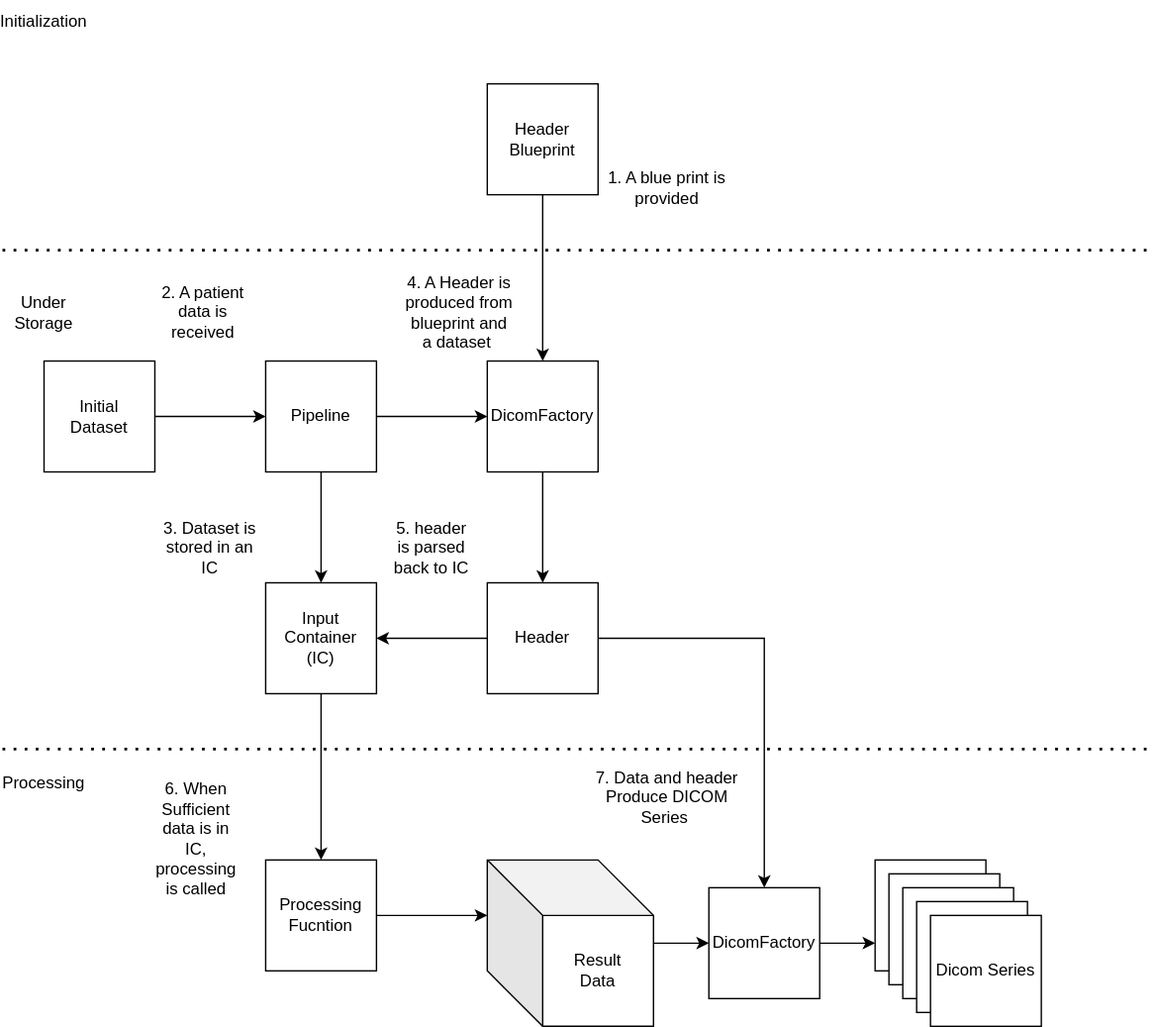
Earlier version of the draw.io export tutorials/Images/Dataflow.drawio.svg (Rigshospitalet-KFNM/DicomNode). Source tidied: cells renumbered, new cells last; positions are measured from the earlier drawing's top-left corner, leaving out a move shared by most shapes.
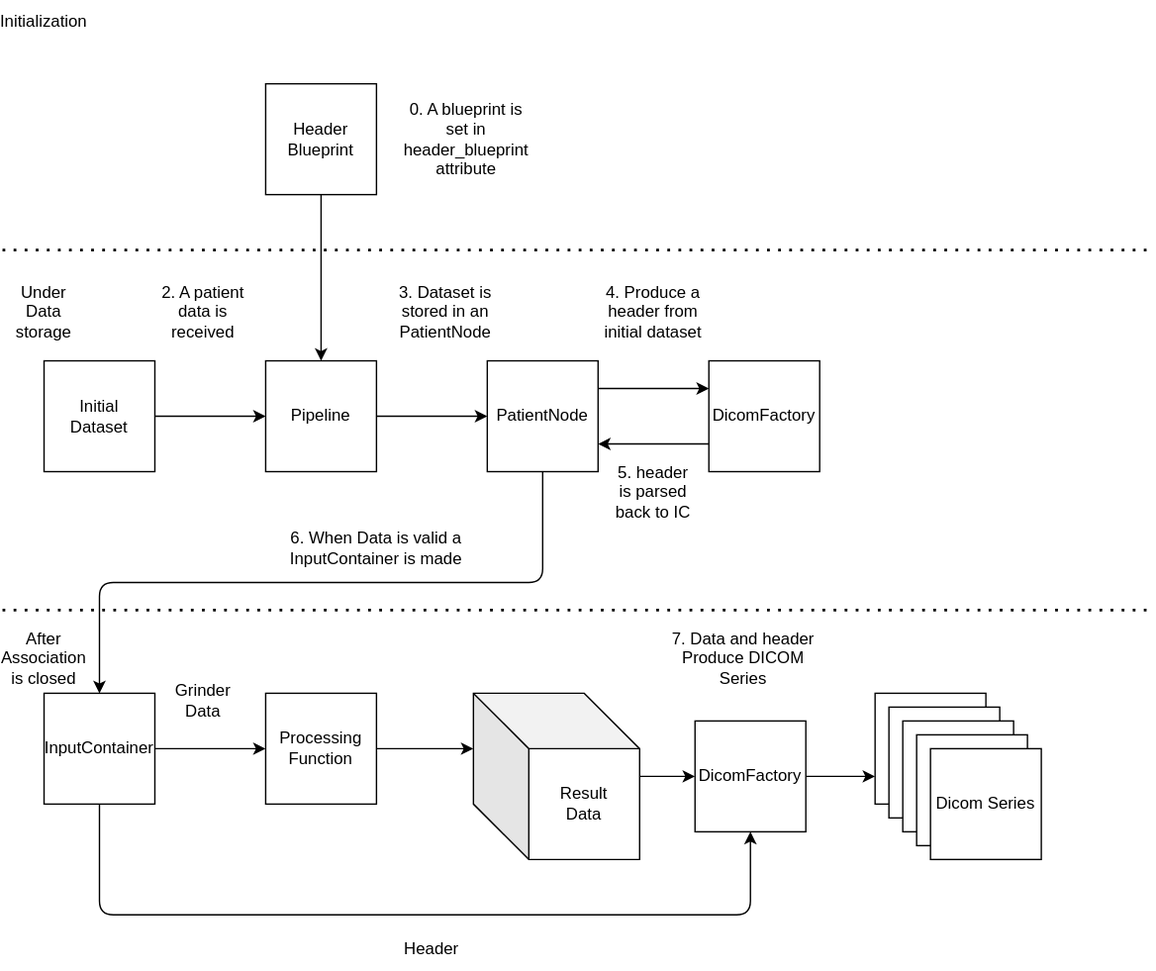
The same diagram one commit later.

What changed in the source:
```diff
@@ -14,110 +14,126 @@
     <mxCell id="4" value="Initial&lt;br&gt;Dataset" style="whiteSpace=wrap;html=1;" parent="1" vertex="1">
       <mxGeometry x="30" y="260" width="80" height="80" as="geometry" />
     </mxCell>
-    <mxCell id="5" value="Under Storage" style="text;html=1;strokeColor=none;fillColor=none;align=center;verticalAlign=middle;whiteSpace=wrap;rounded=0;" parent="1" vertex="1">
+    <mxCell id="5" value="Under Data storage" style="text;html=1;strokeColor=none;fillColor=none;align=center;verticalAlign=middle;whiteSpace=wrap;rounded=0;" parent="1" vertex="1">
       <mxGeometry y="210" width="60" height="30" as="geometry" />
     </mxCell>
     <mxCell id="6" style="edgeStyle=orthogonalEdgeStyle;rounded=0;jettySize=auto;html=1;" parent="1" edge="1" source="8" target="13">
       <mxGeometry relative="1" as="geometry" />
     </mxCell>
-    <mxCell id="7" style="edgeStyle=orthogonalEdgeStyle;rounded=0;jettySize=auto;html=1;exitX=1;exitY=0.5;exitDx=0;exitDy=0;entryX=0;entryY=0.5;entryDx=0;entryDy=0;" parent="1" edge="1" source="8" target="29">
-      <mxGeometry relative="1" as="geometry" />
-    </mxCell>
     <mxCell id="8" value="Pipeline" style="whiteSpace=wrap;html=1;" parent="1" vertex="1">
       <mxGeometry x="190" y="260" width="80" height="80" as="geometry" />
     </mxCell>
-    <mxCell id="9" style="edgeStyle=orthogonalEdgeStyle;rounded=0;jettySize=auto;html=1;exitX=1;exitY=0.5;exitDx=0;exitDy=0;entryX=0.5;entryY=0;entryDx=0;entryDy=0;" parent="1" edge="1" source="11" target="22">
-      <mxGeometry relative="1" as="geometry" />
-    </mxCell>
-    <mxCell id="10" style="edgeStyle=orthogonalEdgeStyle;rounded=0;jettySize=auto;html=1;exitX=0;exitY=0.5;exitDx=0;exitDy=0;entryX=1;entryY=0.5;entryDx=0;entryDy=0;" parent="1" edge="1" source="11" target="13">
-      <mxGeometry relative="1" as="geometry" />
-    </mxCell>
-    <mxCell id="11" value="Header" style="whiteSpace=wrap;html=1;" parent="1" vertex="1">
-      <mxGeometry x="350" y="420" width="80" height="80" as="geometry" />
-    </mxCell>
-    <mxCell id="12" style="edgeStyle=orthogonalEdgeStyle;rounded=0;jettySize=auto;html=1;exitX=0.5;exitY=1;exitDx=0;exitDy=0;entryX=0.5;entryY=0;entryDx=0;entryDy=0;" parent="1" edge="1" source="13" target="31">
-      <mxGeometry relative="1" as="geometry" />
-    </mxCell>
+    <mxCell id="39" style="edgeStyle=none;html=1;exitX=1;exitY=0.25;exitDx=0;exitDy=0;entryX=0;entryY=0.25;entryDx=0;entryDy=0;" parent="1" edge="1" source="13" target="29">
+      <mxGeometry relative="1" as="geometry" />
+    </mxCell>
+    <mxCell id="40" style="edgeStyle=orthogonalEdgeStyle;html=1;exitX=0.5;exitY=1;exitDx=0;exitDy=0;entryX=0.5;entryY=0;entryDx=0;entryDy=0;" parent="1" edge="1" source="13" target="45">
+      <mxGeometry relative="1" as="geometry">
+        <Array as="points">
+          <mxPoint x="390" y="420" />
+          <mxPoint x="70" y="420" />
+        </Array>
+      </mxGeometry>
+    </mxCell>
-    <mxCell id="13" value="Input Container&lt;br&gt;(IC)" style="whiteSpace=wrap;html=1;" parent="1" vertex="1">
-      <mxGeometry x="190" y="420" width="80" height="80" as="geometry" />
+    <mxCell id="13" value="PatientNode" style="whiteSpace=wrap;html=1;" parent="1" vertex="1">
+      <mxGeometry x="350" y="260" width="80" height="80" as="geometry" />
     </mxCell>
-    <mxCell id="14" style="edgeStyle=orthogonalEdgeStyle;rounded=0;jettySize=auto;html=1;exitX=0.5;exitY=1;exitDx=0;exitDy=0;entryX=0.5;entryY=0;entryDx=0;entryDy=0;" parent="1" edge="1" source="15" target="29">
+    <mxCell id="14" style="edgeStyle=orthogonalEdgeStyle;rounded=0;jettySize=auto;html=1;exitX=0.5;exitY=1;exitDx=0;exitDy=0;entryX=0.5;entryY=0;entryDx=0;entryDy=0;" parent="1" edge="1" source="15" target="8">
       <mxGeometry relative="1" as="geometry" />
     </mxCell>
     <mxCell id="15" value="Header Blueprint" style="whiteSpace=wrap;html=1;" parent="1" vertex="1">
-      <mxGeometry x="350" y="60" width="80" height="80" as="geometry" />
+      <mxGeometry x="190" y="60" width="80" height="80" as="geometry" />
     </mxCell>
     <mxCell id="16" value="Initialization" style="text;html=1;strokeColor=none;fillColor=none;align=center;verticalAlign=middle;whiteSpace=wrap;rounded=0;" parent="1" vertex="1">
       <mxGeometry width="60" height="30" as="geometry" />
     </mxCell>
     <mxCell id="17" style="endArrow=none;dashed=1;html=1;dashPattern=1 3;strokeWidth=2;rounded=0;" parent="1" edge="1">
       <mxGeometry relative="1" as="geometry">
-        <mxPoint y="540" as="sourcePoint" />
-        <mxPoint x="830" y="540" as="targetPoint" />
+        <mxPoint y="440" as="sourcePoint" />
+        <mxPoint x="830" y="440" as="targetPoint" />
       </mxGeometry>
     </mxCell>
-    <mxCell id="18" value="Processing" style="text;html=1;strokeColor=none;fillColor=none;align=center;verticalAlign=middle;whiteSpace=wrap;rounded=0;" parent="1" vertex="1">
-      <mxGeometry y="550" width="60" height="30" as="geometry" />
+    <mxCell id="18" value="After Association is closed" style="text;html=1;strokeColor=none;fillColor=none;align=center;verticalAlign=middle;whiteSpace=wrap;rounded=0;" parent="1" vertex="1">
+      <mxGeometry y="460" width="60" height="30" as="geometry" />
     </mxCell>
     <mxCell id="19" style="edgeStyle=orthogonalEdgeStyle;rounded=0;jettySize=auto;html=1;entryX=0;entryY=0.5;entryDx=0;entryDy=0;" parent="1" edge="1" source="20" target="22">
       <mxGeometry relative="1" as="geometry" />
     </mxCell>
     <mxCell id="20" value="Result&lt;br&gt;Data" style="shape=cube;whiteSpace=wrap;html=1;boundedLbl=1;backgroundOutline=1;darkOpacity=0.05;darkOpacity2=0.1;size=40;" parent="1" vertex="1">
-      <mxGeometry x="350" y="620" width="120" height="120" as="geometry" />
+      <mxGeometry x="340" y="500" width="120" height="120" as="geometry" />
     </mxCell>
     <mxCell id="21" style="edgeStyle=orthogonalEdgeStyle;rounded=0;jettySize=auto;html=1;exitX=1;exitY=0.5;exitDx=0;exitDy=0;entryX=0;entryY=0.75;entryDx=0;entryDy=0;" parent="1" edge="1" source="22" target="23">
       <mxGeometry relative="1" as="geometry" />
     </mxCell>
     <mxCell id="22" value="DicomFactory" style="whiteSpace=wrap;html=1;" parent="1" vertex="1">
-      <mxGeometry x="510" y="640" width="80" height="80" as="geometry" />
+      <mxGeometry x="500" y="520" width="80" height="80" as="geometry" />
     </mxCell>
     <mxCell id="23" style="whiteSpace=wrap;html=1;" parent="1" vertex="1">
-      <mxGeometry x="630" y="620" width="80" height="80" as="geometry" />
+      <mxGeometry x="630" y="500" width="80" height="80" as="geometry" />
     </mxCell>
     <mxCell id="24" style="whiteSpace=wrap;html=1;" parent="1" vertex="1">
-      <mxGeometry x="640" y="630" width="80" height="80" as="geometry" />
+      <mxGeometry x="640" y="510" width="80" height="80" as="geometry" />
     </mxCell>
     <mxCell id="25" style="whiteSpace=wrap;html=1;" parent="1" vertex="1">
-      <mxGeometry x="650" y="640" width="80" height="80" as="geometry" />
+      <mxGeometry x="650" y="520" width="80" height="80" as="geometry" />
     </mxCell>
     <mxCell id="26" style="whiteSpace=wrap;html=1;" parent="1" vertex="1">
-      <mxGeometry x="660" y="650" width="80" height="80" as="geometry" />
+      <mxGeometry x="660" y="530" width="80" height="80" as="geometry" />
     </mxCell>
     <mxCell id="27" value="Dicom Series" style="whiteSpace=wrap;html=1;" parent="1" vertex="1">
-      <mxGeometry x="670" y="660" width="80" height="80" as="geometry" />
+      <mxGeometry x="670" y="540" width="80" height="80" as="geometry" />
     </mxCell>
-    <mxCell id="28" style="edgeStyle=orthogonalEdgeStyle;rounded=0;jettySize=auto;html=1;exitX=0.5;exitY=1;exitDx=0;exitDy=0;entryX=0.5;entryY=0;entryDx=0;entryDy=0;" parent="1" edge="1" source="29" target="11">
-      <mxGeometry relative="1" as="geometry" />
-    </mxCell>
+    <mxCell id="41" style="edgeStyle=orthogonalEdgeStyle;html=1;exitX=0;exitY=0.75;exitDx=0;exitDy=0;entryX=1;entryY=0.75;entryDx=0;entryDy=0;" parent="1" edge="1" source="29" target="13">
+      <mxGeometry relative="1" as="geometry" />
+    </mxCell>
     <mxCell id="29" value="DicomFactory" style="whiteSpace=wrap;html=1;" parent="1" vertex="1">
-      <mxGeometry x="350" y="260" width="80" height="80" as="geometry" />
+      <mxGeometry x="510" y="260" width="80" height="80" as="geometry" />
     </mxCell>
     <mxCell id="30" style="edgeStyle=orthogonalEdgeStyle;rounded=0;jettySize=auto;html=1;exitX=1;exitY=0.5;exitDx=0;exitDy=0;entryX=0;entryY=0;entryDx=0;entryDy=40;entryPerimeter=0;" parent="1" edge="1" source="31" target="20">
       <mxGeometry relative="1" as="geometry" />
     </mxCell>
-    <mxCell id="31" value="Processing&lt;br&gt;Fucntion" style="whiteSpace=wrap;html=1;" parent="1" vertex="1">
-      <mxGeometry x="190" y="620" width="80" height="80" as="geometry" />
+    <mxCell id="31" value="Processing&lt;br&gt;Function" style="whiteSpace=wrap;html=1;" parent="1" vertex="1">
+      <mxGeometry x="190" y="500" width="80" height="80" as="geometry" />
     </mxCell>
-    <mxCell id="32" value="1. A blue print is provided" style="text;html=1;strokeColor=none;fillColor=none;align=center;verticalAlign=middle;whiteSpace=wrap;rounded=0;" parent="1" vertex="1">
-      <mxGeometry x="435" y="120" width="90" height="30" as="geometry" />
+    <mxCell id="32" value="0. A blueprint is set in header_blueprint attribute" style="text;html=1;strokeColor=none;fillColor=none;align=center;verticalAlign=middle;whiteSpace=wrap;rounded=0;" parent="1" vertex="1">
+      <mxGeometry x="290" y="85" width="90" height="30" as="geometry" />
     </mxCell>
     <mxCell id="33" value="2. A patient data is received" style="text;html=1;strokeColor=none;fillColor=none;align=center;verticalAlign=middle;whiteSpace=wrap;rounded=0;" parent="1" vertex="1">
       <mxGeometry x="110" y="210" width="70" height="30" as="geometry" />
     </mxCell>
-    <mxCell id="34" value="3. Dataset is stored in an IC" style="text;html=1;strokeColor=none;fillColor=none;align=center;verticalAlign=middle;whiteSpace=wrap;rounded=0;" parent="1" vertex="1">
-      <mxGeometry x="110" y="380" width="80" height="30" as="geometry" />
+    <mxCell id="34" value="3. Dataset is stored in an PatientNode" style="text;html=1;strokeColor=none;fillColor=none;align=center;verticalAlign=middle;whiteSpace=wrap;rounded=0;" parent="1" vertex="1">
+      <mxGeometry x="280" y="210" width="80" height="30" as="geometry" />
     </mxCell>
-    <mxCell id="35" value="4. A Header is produced from blueprint and a dataset&amp;nbsp;" style="text;html=1;strokeColor=none;fillColor=none;align=center;verticalAlign=middle;whiteSpace=wrap;rounded=0;" parent="1" vertex="1">
-      <mxGeometry x="290" y="210" width="80" height="30" as="geometry" />
-    </mxCell>
     <mxCell id="36" value="5. header is parsed back to IC" style="text;html=1;strokeColor=none;fillColor=none;align=center;verticalAlign=middle;whiteSpace=wrap;rounded=0;" parent="1" vertex="1">
-      <mxGeometry x="280" y="380" width="60" height="30" as="geometry" />
+      <mxGeometry x="440" y="340" width="60" height="30" as="geometry" />
     </mxCell>
-    <mxCell id="37" value="6. When Sufficient data is in IC, processing is called" style="text;html=1;strokeColor=none;fillColor=none;align=center;verticalAlign=middle;whiteSpace=wrap;rounded=0;" parent="1" vertex="1">
-      <mxGeometry x="110" y="590" width="60" height="30" as="geometry" />
-    </mxCell>
     <mxCell id="38" value="7. Data and header Produce DICOM Series&amp;nbsp;" style="text;html=1;strokeColor=none;fillColor=none;align=center;verticalAlign=middle;whiteSpace=wrap;rounded=0;" parent="1" vertex="1">
-      <mxGeometry x="425" y="560" width="110" height="30" as="geometry" />
+      <mxGeometry x="480" y="460" width="110" height="30" as="geometry" />
     </mxCell>
+    <mxCell id="42" value="4. Produce a header from initial dataset" style="text;html=1;strokeColor=none;fillColor=none;align=center;verticalAlign=middle;whiteSpace=wrap;rounded=0;" parent="1" vertex="1">
+      <mxGeometry x="430" y="210" width="80" height="30" as="geometry" />
+    </mxCell>
+    <mxCell id="43" style="edgeStyle=orthogonalEdgeStyle;html=1;exitX=1;exitY=0.5;exitDx=0;exitDy=0;entryX=0;entryY=0.5;entryDx=0;entryDy=0;" parent="1" edge="1" source="45" target="31">
+      <mxGeometry relative="1" as="geometry" />
+    </mxCell>
+    <mxCell id="44" style="edgeStyle=orthogonalEdgeStyle;html=1;exitX=0.5;exitY=1;exitDx=0;exitDy=0;entryX=0.5;entryY=1;entryDx=0;entryDy=0;" parent="1" edge="1" source="45" target="22">
+      <mxGeometry relative="1" as="geometry">
+        <Array as="points">
+          <mxPoint x="70" y="660" />
+          <mxPoint x="540" y="660" />
+        </Array>
+      </mxGeometry>
+    </mxCell>
+    <mxCell id="45" value="InputContainer" style="whiteSpace=wrap;html=1;" parent="1" vertex="1">
+      <mxGeometry x="30" y="500" width="80" height="80" as="geometry" />
+    </mxCell>
+    <mxCell id="46" value="Grinder Data" style="text;html=1;strokeColor=none;fillColor=none;align=center;verticalAlign=middle;whiteSpace=wrap;rounded=0;" parent="1" vertex="1">
+      <mxGeometry x="115" y="490" width="60" height="30" as="geometry" />
+    </mxCell>
+    <mxCell id="11" value="Header" style="text;html=1;strokeColor=none;fillColor=none;align=center;verticalAlign=middle;whiteSpace=wrap;rounded=0;" parent="1" vertex="1">
+      <mxGeometry x="280" y="670" width="60" height="30" as="geometry" />
+    </mxCell>
+    <mxCell id="47" value="6. When Data is valid a InputContainer is made" style="text;html=1;strokeColor=none;fillColor=none;align=center;verticalAlign=middle;whiteSpace=wrap;rounded=0;" parent="1" vertex="1">
+      <mxGeometry x="190" y="380" width="160" height="30" as="geometry" />
+    </mxCell>
   </root>
 </mxGraphModel>
```
